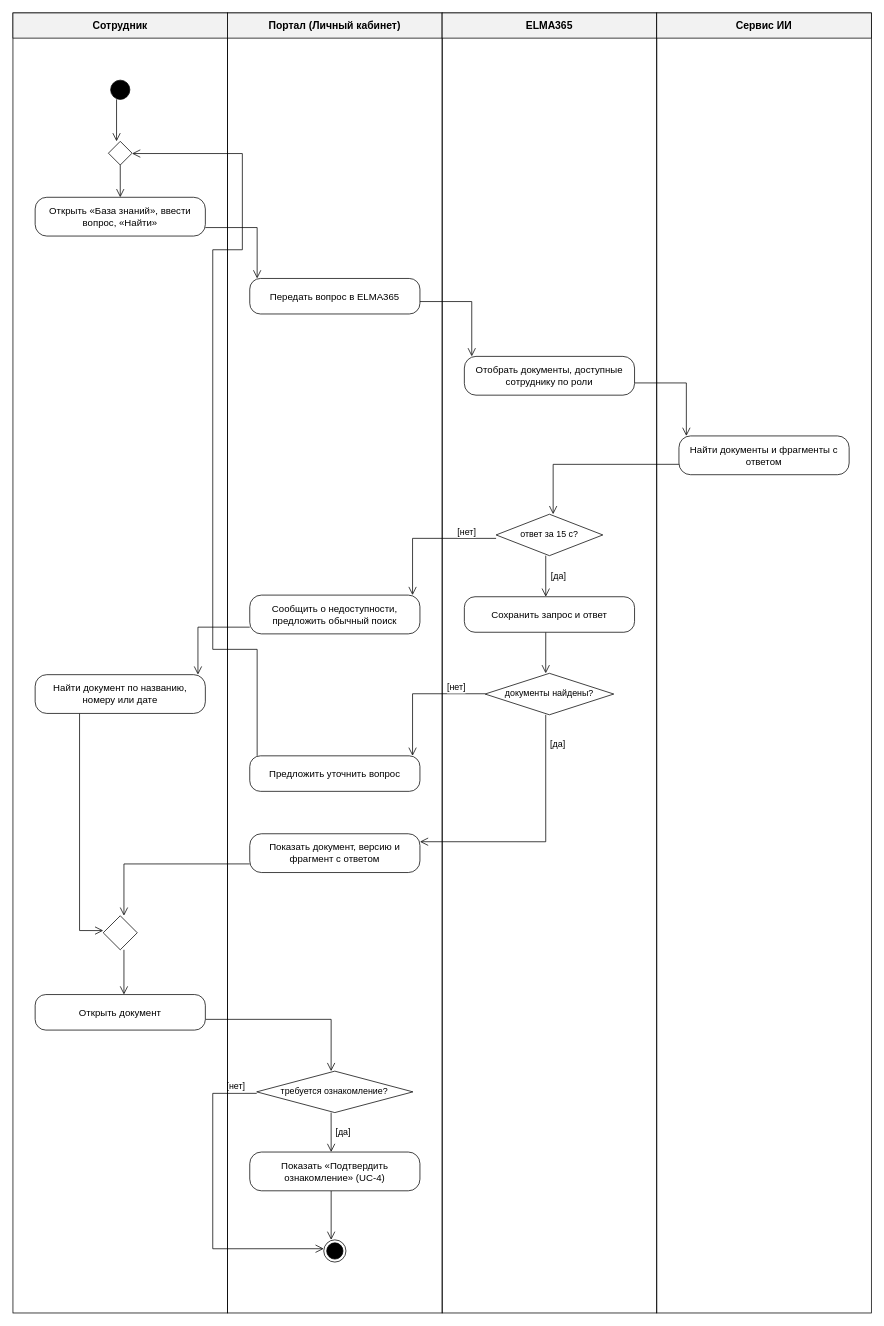
Earlier version of the draw.io diagram docs/диаграммы/drawio/4.6_Деятельность_UC-9_Поиск_в_базе_знаний.drawio (akkixx04/doc_management). Source tidied: cells renumbered, new cells numbered last; positions are measured from the earlier drawing's top-left corner, leaving out a move shared by most shapes. Both pictures are drawn from the tidied source at 74%, with x=0, y=0 at pixel (13, 13).
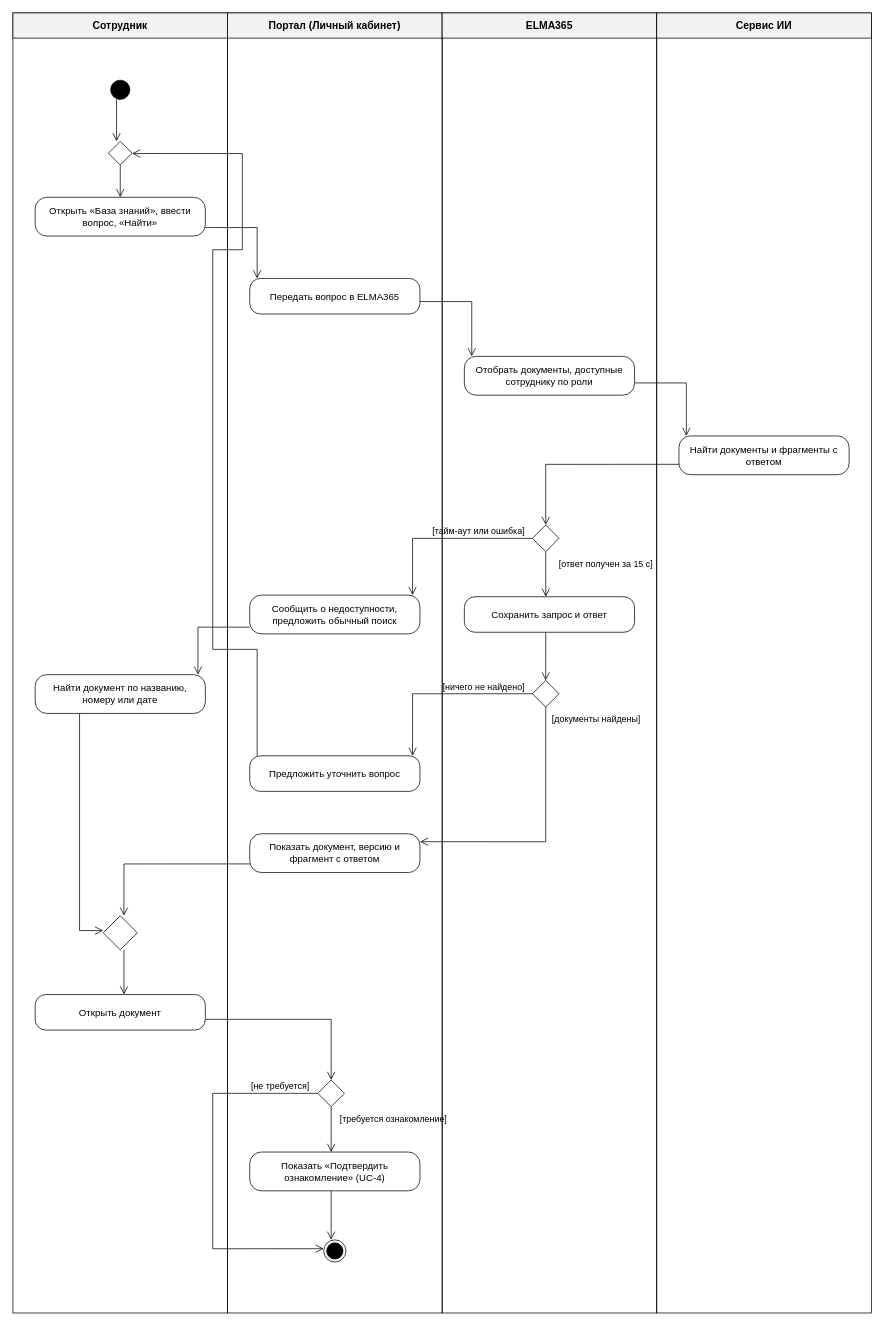
The same page after the edit.

Unchanged cells that the change refers to:
```xml
<mxCell id="34" value="Найти документы и фрагменты с ответом" style="rounded=1;arcSize=30;whiteSpace=wrap;html=1;fillColor=#ffffff;strokeColor=#000000;fontSize=13;fontFamily=Helvetica;fontColor=#000000;" parent="1" vertex="1">
  <mxGeometry x="900" y="571.6" width="230" height="52.4" as="geometry" />
</mxCell>
<mxCell id="36" value="Сообщить о недоступности, предложить обычный поиск" style="rounded=1;arcSize=30;whiteSpace=wrap;html=1;fillColor=#ffffff;strokeColor=#000000;fontSize=13;fontFamily=Helvetica;fontColor=#000000;" parent="1" vertex="1">
  <mxGeometry x="320" y="786.7" width="230" height="52.4" as="geometry" />
</mxCell>
<mxCell id="38" value="Сохранить запрос и ответ" style="rounded=1;arcSize=30;whiteSpace=wrap;html=1;fillColor=#ffffff;strokeColor=#000000;fontSize=13;fontFamily=Helvetica;fontColor=#000000;" parent="1" vertex="1">
  <mxGeometry x="610" y="788.9" width="230" height="48" as="geometry" />
</mxCell>
<mxCell id="40" value="Предложить уточнить вопрос" style="rounded=1;arcSize=30;whiteSpace=wrap;html=1;fillColor=#ffffff;strokeColor=#000000;fontSize=13;fontFamily=Helvetica;fontColor=#000000;" parent="1" vertex="1">
  <mxGeometry x="320" y="1003.9" width="230" height="48" as="geometry" />
</mxCell>
<mxCell id="41" value="Показать документ, версию и фрагмент с ответом" style="rounded=1;arcSize=30;whiteSpace=wrap;html=1;fillColor=#ffffff;strokeColor=#000000;fontSize=13;fontFamily=Helvetica;fontColor=#000000;" parent="1" vertex="1">
  <mxGeometry x="320" y="1109.2" width="230" height="52.4" as="geometry" />
</mxCell>
<mxCell id="43" value="Открыть документ" style="rounded=1;arcSize=30;whiteSpace=wrap;html=1;fillColor=#ffffff;strokeColor=#000000;fontSize=13;fontFamily=Helvetica;fontColor=#000000;" parent="1" vertex="1">
  <mxGeometry x="30" y="1326.5" width="230" height="48" as="geometry" />
</mxCell>
<mxCell id="45" value="Показать «Подтвердить ознакомление» (UC-4)" style="rounded=1;arcSize=30;whiteSpace=wrap;html=1;fillColor=#ffffff;strokeColor=#000000;fontSize=13;fontFamily=Helvetica;fontColor=#000000;" parent="1" vertex="1">
  <mxGeometry x="320" y="1539.3" width="230" height="52.4" as="geometry" />
</mxCell>
<mxCell id="46" style="ellipse;html=1;shape=endState;fillColor=#000000;strokeColor=#000000;fontFamily=Helvetica;fontColor=#000000;fontSize=13;" parent="1" vertex="1">
  <mxGeometry x="420" y="1658" width="30" height="30" as="geometry" />
</mxCell>
```

The edit, as a diff of the source:
```diff
@@
-    <mxCell id="4" style="edgeStyle=none;html=1;rounded=0;endArrow=block;endFill=1;endSize=7;strokeColor=#000000;strokeWidth=1;fontColor=#000000;fontFamily=Helvetica;endArrow=open;endFill=0;endSize=9;fontSize=12;labelBackgroundColor=#ffffff;exitX=0.4763;exitY=1.0000;exitDx=0;exitDy=0;exitPerimeter=0;entryX=0.4783;entryY=0.0000;entryDx=0;entryDy=0;entryPerimeter=0;" parent="1" edge="1" source="44" target="45">
+    <mxCell id="4" style="edgeStyle=none;html=1;rounded=0;endArrow=block;endFill=1;endSize=7;strokeColor=#000000;strokeWidth=1;fontColor=#000000;fontFamily=Helvetica;endArrow=open;endFill=0;endSize=9;fontSize=12;labelBackgroundColor=#ffffff;exitX=0.5;exitY=1.0000;exitDx=0;exitDy=0;exitPerimeter=0;entryX=0.4783;entryY=0.0000;entryDx=0;entryDy=0;entryPerimeter=0;" parent="1" edge="1" source="44" target="45">
       <mxGeometry relative="1" as="geometry" />
     </mxCell>
-    <mxCell id="5" style="edgeStyle=none;html=1;rounded=0;endArrow=block;endFill=1;endSize=7;strokeColor=#000000;strokeWidth=1;fontColor=#000000;fontFamily=Helvetica;endArrow=open;endFill=0;endSize=9;fontSize=12;labelBackgroundColor=#ffffff;exitX=0.4783;exitY=1.0000;exitDx=0;exitDy=0;exitPerimeter=0;entryX=0.4713;entryY=0.0000;entryDx=0;entryDy=0;entryPerimeter=0;" parent="1" edge="1" source="38" target="39">
+    <mxCell id="5" style="edgeStyle=none;html=1;rounded=0;endArrow=block;endFill=1;endSize=7;strokeColor=#000000;strokeWidth=1;fontColor=#000000;fontFamily=Helvetica;endArrow=open;endFill=0;endSize=9;fontSize=12;labelBackgroundColor=#ffffff;exitX=0.4783;exitY=1.0000;exitDx=0;exitDy=0;exitPerimeter=0;entryX=0.5;entryY=0.0000;entryDx=0;entryDy=0;entryPerimeter=0;" parent="1" edge="1" source="38" target="39">
       <mxGeometry relative="1" as="geometry" />
     </mxCell>
-    <mxCell id="6" style="edgeStyle=none;html=1;rounded=0;endArrow=block;endFill=1;endSize=7;strokeColor=#000000;strokeWidth=1;fontColor=#000000;fontFamily=Helvetica;endArrow=open;endFill=0;endSize=9;fontSize=12;labelBackgroundColor=#ffffff;exitX=0.4653;exitY=1.0000;exitDx=0;exitDy=0;exitPerimeter=0;entryX=0.4783;entryY=0.0000;entryDx=0;entryDy=0;entryPerimeter=0;" parent="1" edge="1" source="35" target="38">
+    <mxCell id="6" style="edgeStyle=none;html=1;rounded=0;endArrow=block;endFill=1;endSize=7;strokeColor=#000000;strokeWidth=1;fontColor=#000000;fontFamily=Helvetica;endArrow=open;endFill=0;endSize=9;fontSize=12;labelBackgroundColor=#ffffff;exitX=0.5;exitY=1.0000;exitDx=0;exitDy=0;exitPerimeter=0;entryX=0.4783;entryY=0.0000;entryDx=0;entryDy=0;entryPerimeter=0;" parent="1" edge="1" source="35" target="38">
       <mxGeometry relative="1" as="geometry" />
     </mxCell>
@@
-    <mxCell id="10" style="edgeStyle=none;html=1;rounded=0;endArrow=block;endFill=1;endSize=7;strokeColor=#000000;strokeWidth=1;fontColor=#000000;fontFamily=Helvetica;endArrow=open;endFill=0;endSize=9;fontSize=12;labelBackgroundColor=#ffffff;exitX=0.0000;exitY=0.5357;exitDx=0;exitDy=0;exitPerimeter=0;entryX=0.0000;entryY=0.3987;entryDx=0;entryDy=0;entryPerimeter=0;" parent="1" edge="1" source="44" target="46">
+    <mxCell id="10" style="edgeStyle=none;html=1;rounded=0;endArrow=block;endFill=1;endSize=7;strokeColor=#000000;strokeWidth=1;fontColor=#000000;fontFamily=Helvetica;endArrow=open;endFill=0;endSize=9;fontSize=12;labelBackgroundColor=#ffffff;exitX=0.0000;exitY=0.5;exitDx=0;exitDy=0;exitPerimeter=0;entryX=0.0000;entryY=0.3987;entryDx=0;entryDy=0;entryPerimeter=0;" parent="1" edge="1" source="44" target="46">
       <mxGeometry relative="1" as="geometry">
         <Array as="points">
           <mxPoint x="270" y="1460" />
           <mxPoint x="270" y="1670" />
         </Array>
       </mxGeometry>
     </mxCell>
-    <mxCell id="11" style="edgeStyle=none;html=1;rounded=0;endArrow=block;endFill=1;endSize=7;strokeColor=#000000;strokeWidth=1;fontColor=#000000;fontFamily=Helvetica;endArrow=open;endFill=0;endSize=9;fontSize=12;labelBackgroundColor=#ffffff;exitX=0.0000;exitY=0.7321;exitDx=0;exitDy=0;exitPerimeter=0;entryX=0.5347;entryY=0.0000;entryDx=0;entryDy=0;entryPerimeter=0;" parent="1" edge="1" source="34" target="35">
+    <mxCell id="11" style="edgeStyle=none;html=1;rounded=0;endArrow=block;endFill=1;endSize=7;strokeColor=#000000;strokeWidth=1;fontColor=#000000;fontFamily=Helvetica;endArrow=open;endFill=0;endSize=9;fontSize=12;labelBackgroundColor=#ffffff;exitX=0.0000;exitY=0.7321;exitDx=0;exitDy=0;exitPerimeter=0;entryX=0.5;entryY=0.0000;entryDx=0;entryDy=0;entryPerimeter=0;" parent="1" edge="1" source="34" target="35">
       <mxGeometry relative="1" as="geometry">
         <Array as="points">
-          <mxPoint x="730" y="610" />
+          <mxPoint x="720" y="610" />
         </Array>
       </mxGeometry>
     </mxCell>
@@
-    <mxCell id="16" style="edgeStyle=none;html=1;rounded=0;endArrow=block;endFill=1;endSize=7;strokeColor=#000000;strokeWidth=1;fontColor=#000000;fontFamily=Helvetica;endArrow=open;endFill=0;endSize=9;fontSize=12;labelBackgroundColor=#ffffff;exitX=1.0000;exitY=0.6983;exitDx=0;exitDy=0;exitPerimeter=0;entryX=0.4763;entryY=0.0000;entryDx=0;entryDy=0;entryPerimeter=0;" parent="1" edge="1" source="43" target="44">
+    <mxCell id="16" style="edgeStyle=none;html=1;rounded=0;endArrow=block;endFill=1;endSize=7;strokeColor=#000000;strokeWidth=1;fontColor=#000000;fontFamily=Helvetica;endArrow=open;endFill=0;endSize=9;fontSize=12;labelBackgroundColor=#ffffff;exitX=1.0000;exitY=0.6983;exitDx=0;exitDy=0;exitPerimeter=0;entryX=0.5;entryY=0.0000;entryDx=0;entryDy=0;entryPerimeter=0;" parent="1" edge="1" source="43" target="44">
       <mxGeometry relative="1" as="geometry">
         <Array as="points">
           <mxPoint x="430" y="1360" />
         </Array>
       </mxGeometry>
     </mxCell>
@@
-    <mxCell id="18" style="edgeStyle=none;html=1;rounded=0;endArrow=block;endFill=1;endSize=7;strokeColor=#000000;strokeWidth=1;fontColor=#000000;fontFamily=Helvetica;endArrow=open;endFill=0;endSize=9;fontSize=12;labelBackgroundColor=#ffffff;exitX=0.0000;exitY=0.4929;exitDx=0;exitDy=0;exitPerimeter=0;entryX=0.9565;entryY=0.0000;entryDx=0;entryDy=0;entryPerimeter=0;" parent="1" edge="1" source="39" target="40">
+    <mxCell id="18" style="edgeStyle=none;html=1;rounded=0;endArrow=block;endFill=1;endSize=7;strokeColor=#000000;strokeWidth=1;fontColor=#000000;fontFamily=Helvetica;endArrow=open;endFill=0;endSize=9;fontSize=12;labelBackgroundColor=#ffffff;exitX=0.0000;exitY=0.5;exitDx=0;exitDy=0;exitPerimeter=0;entryX=0.9565;entryY=0.0000;entryDx=0;entryDy=0;entryPerimeter=0;" parent="1" edge="1" source="39" target="40">
       <mxGeometry relative="1" as="geometry">
         <Array as="points">
           <mxPoint x="540" y="920" />
         </Array>
       </mxGeometry>
     </mxCell>
-    <mxCell id="19" style="edgeStyle=none;html=1;rounded=0;endArrow=block;endFill=1;endSize=7;strokeColor=#000000;strokeWidth=1;fontColor=#000000;fontFamily=Helvetica;endArrow=open;endFill=0;endSize=9;fontSize=12;labelBackgroundColor=#ffffff;exitX=0.0000;exitY=0.5829;exitDx=0;exitDy=0;exitPerimeter=0;entryX=0.9565;entryY=0.0000;entryDx=0;entryDy=0;entryPerimeter=0;" parent="1" edge="1" source="35" target="36">
+    <mxCell id="19" style="edgeStyle=none;html=1;rounded=0;endArrow=block;endFill=1;endSize=7;strokeColor=#000000;strokeWidth=1;fontColor=#000000;fontFamily=Helvetica;endArrow=open;endFill=0;endSize=9;fontSize=12;labelBackgroundColor=#ffffff;exitX=0.0000;exitY=0.5;exitDx=0;exitDy=0;exitPerimeter=0;entryX=0.9565;entryY=0.0000;entryDx=0;entryDy=0;entryPerimeter=0;" parent="1" edge="1" source="35" target="36">
       <mxGeometry relative="1" as="geometry">
         <Array as="points">
           <mxPoint x="540" y="710" />
         </Array>
       </mxGeometry>
     </mxCell>
-    <mxCell id="20" style="edgeStyle=none;html=1;rounded=0;endArrow=block;endFill=1;endSize=7;strokeColor=#000000;strokeWidth=1;fontColor=#000000;fontFamily=Helvetica;endArrow=open;endFill=0;endSize=9;fontSize=12;labelBackgroundColor=#ffffff;exitX=0.4713;exitY=1.0000;exitDx=0;exitDy=0;exitPerimeter=0;entryX=1.0000;entryY=0.2053;entryDx=0;entryDy=0;entryPerimeter=0;" parent="1" edge="1" source="39" target="41">
+    <mxCell id="20" style="edgeStyle=none;html=1;rounded=0;endArrow=block;endFill=1;endSize=7;strokeColor=#000000;strokeWidth=1;fontColor=#000000;fontFamily=Helvetica;endArrow=open;endFill=0;endSize=9;fontSize=12;labelBackgroundColor=#ffffff;exitX=0.5;exitY=1.0000;exitDx=0;exitDy=0;exitPerimeter=0;entryX=1.0000;entryY=0.2053;entryDx=0;entryDy=0;entryPerimeter=0;" parent="1" edge="1" source="39" target="41">
       <mxGeometry relative="1" as="geometry">
         <Array as="points">
           <mxPoint x="720" y="1120" />
         </Array>
       </mxGeometry>
     </mxCell>
@@
-    <mxCell id="35" value="ответ за 15 с?" style="rhombus;whiteSpace=wrap;html=1;fillColor=#ffffff;strokeColor=#000000;fontSize=12;fontFamily=Helvetica;fontColor=#000000;" parent="1" vertex="1">
-      <mxGeometry x="652.9" y="677.4" width="144.2" height="56" as="geometry" />
+    <mxCell id="35" style="rhombus;whiteSpace=wrap;html=1;fillColor=#ffffff;strokeColor=#000000;fontSize=12;fontFamily=Helvetica;fontColor=#000000;" parent="1" vertex="1">
+      <mxGeometry x="702" y="692" width="36" height="36" as="geometry" />
     </mxCell>
@@
-    <mxCell id="39" value="документы найдены?" style="rhombus;whiteSpace=wrap;html=1;fillColor=#ffffff;strokeColor=#000000;fontSize=12;fontFamily=Helvetica;fontColor=#000000;" parent="1" vertex="1">
-      <mxGeometry x="638" y="892.4" width="173.9" height="56" as="geometry" />
+    <mxCell id="39" style="rhombus;whiteSpace=wrap;html=1;fillColor=#ffffff;strokeColor=#000000;fontSize=12;fontFamily=Helvetica;fontColor=#000000;" parent="1" vertex="1">
+      <mxGeometry x="702" y="902" width="36" height="36" as="geometry" />
     </mxCell>
@@
-    <mxCell id="44" value="требуется ознакомление?" style="rhombus;whiteSpace=wrap;html=1;fillColor=#ffffff;strokeColor=#000000;fontSize=12;fontFamily=Helvetica;fontColor=#000000;" parent="1" vertex="1">
-      <mxGeometry x="329.4" y="1430" width="211.1" height="56" as="geometry" />
+    <mxCell id="44" style="rhombus;whiteSpace=wrap;html=1;fillColor=#ffffff;strokeColor=#000000;fontSize=12;fontFamily=Helvetica;fontColor=#000000;" parent="1" vertex="1">
+      <mxGeometry x="412" y="1442" width="36" height="36" as="geometry" />
     </mxCell>
@@
-    <mxCell id="48" value="[да]" style="edgeLabel;html=1;align=center;verticalAlign=middle;fontSize=12;fontStyle=0;labelBackgroundColor=#ffffff;fontColor=#000000;fontFamily=Helvetica;" parent="4" vertex="1">
-      <mxGeometry relative="1" as="geometry">
-        <mxPoint x="16" as="offset" />
+    <mxCell id="48" value="[требуется ознакомление]" style="edgeLabel;html=1;align=center;verticalAlign=middle;fontSize=12;fontStyle=0;labelBackgroundColor=#ffffff;fontColor=#000000;fontFamily=Helvetica;" parent="4" vertex="1">
+      <mxGeometry x="-1" relative="1" as="geometry">
+        <mxPoint x="83.6" y="16" as="offset" />
       </mxGeometry>
     </mxCell>
-    <mxCell id="49" value="[да]" style="edgeLabel;html=1;align=center;verticalAlign=middle;fontSize=12;fontStyle=0;labelBackgroundColor=#ffffff;fontColor=#000000;fontFamily=Helvetica;" parent="6" vertex="1">
-      <mxGeometry relative="1" as="geometry">
-        <mxPoint x="16" as="offset" />
+    <mxCell id="49" value="[ответ получен за 15 с]" style="edgeLabel;html=1;align=center;verticalAlign=middle;fontSize=12;fontStyle=0;labelBackgroundColor=#ffffff;fontColor=#000000;fontFamily=Helvetica;" parent="6" vertex="1">
+      <mxGeometry x="-1" relative="1" as="geometry">
+        <mxPoint x="80.5" y="16" as="offset" />
       </mxGeometry>
     </mxCell>
-    <mxCell id="50" value="[нет]" style="edgeLabel;html=1;align=center;verticalAlign=middle;fontSize=12;fontStyle=0;labelBackgroundColor=#ffffff;fontColor=#000000;fontFamily=Helvetica;" parent="10" vertex="1">
-      <mxGeometry x="-0.86" relative="1" as="geometry">
-        <mxPoint y="-9" as="offset" />
+    <mxCell id="50" value="[не требуется]" style="edgeLabel;html=1;align=center;verticalAlign=middle;fontSize=12;fontStyle=0;labelBackgroundColor=#ffffff;fontColor=#000000;fontFamily=Helvetica;" parent="10" vertex="1">
+      <mxGeometry x="-1" relative="1" as="geometry">
+        <mxPoint x="-51.1" y="-10" as="offset" />
       </mxGeometry>
     </mxCell>
-    <mxCell id="51" value="[нет]" style="edgeLabel;html=1;align=center;verticalAlign=middle;fontSize=12;fontStyle=0;labelBackgroundColor=#ffffff;fontColor=#000000;fontFamily=Helvetica;" parent="18" vertex="1">
-      <mxGeometry x="-0.56" relative="1" as="geometry">
-        <mxPoint y="-9" as="offset" />
+    <mxCell id="51" value="[ничего не найдено]" style="edgeLabel;html=1;align=center;verticalAlign=middle;fontSize=12;fontStyle=0;labelBackgroundColor=#ffffff;fontColor=#000000;fontFamily=Helvetica;" parent="18" vertex="1">
+      <mxGeometry x="-1" relative="1" as="geometry">
+        <mxPoint x="-66.8" y="-10" as="offset" />
       </mxGeometry>
     </mxCell>
-    <mxCell id="52" value="[нет]" style="edgeLabel;html=1;align=center;verticalAlign=middle;fontSize=12;fontStyle=0;labelBackgroundColor=#ffffff;fontColor=#000000;fontFamily=Helvetica;" parent="19" vertex="1">
-      <mxGeometry x="-0.58" relative="1" as="geometry">
-        <mxPoint y="-9" as="offset" />
+    <mxCell id="52" value="[тайм-аут или ошибка]" style="edgeLabel;html=1;align=center;verticalAlign=middle;fontSize=12;fontStyle=0;labelBackgroundColor=#ffffff;fontColor=#000000;fontFamily=Helvetica;" parent="19" vertex="1">
+      <mxGeometry x="-1" relative="1" as="geometry">
+        <mxPoint x="-73.1" y="-10" as="offset" />
       </mxGeometry>
     </mxCell>
-    <mxCell id="53" value="[да]" style="edgeLabel;html=1;align=center;verticalAlign=middle;fontSize=12;fontStyle=0;labelBackgroundColor=#ffffff;fontColor=#000000;fontFamily=Helvetica;" parent="20" vertex="1">
-      <mxGeometry x="-0.77" relative="1" as="geometry">
-        <mxPoint x="16" as="offset" />
+    <mxCell id="53" value="[документы найдены]" style="edgeLabel;html=1;align=center;verticalAlign=middle;fontSize=12;fontStyle=0;labelBackgroundColor=#ffffff;fontColor=#000000;fontFamily=Helvetica;" parent="20" vertex="1">
+      <mxGeometry x="-1" relative="1" as="geometry">
+        <mxPoint x="67.8" y="16" as="offset" />
       </mxGeometry>
     </mxCell>
```
